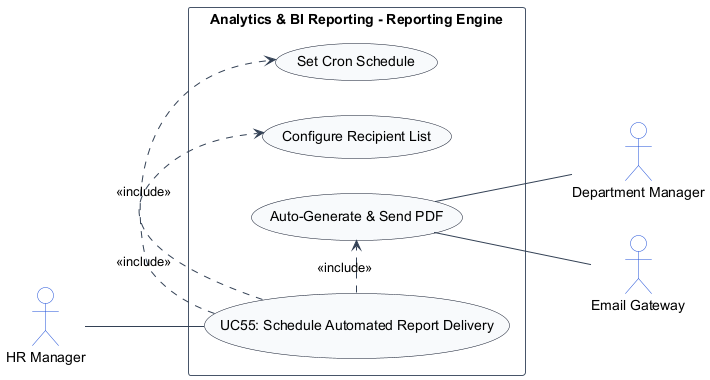
This is usecase_images/UC55.png from TamBui1706/HRPlatform, a PlantUML export, as it was before one commit. Source of this version:
```plantuml
@startuml
left to right direction
skinparam shadowing false
skinparam packageStyle rectangle
skinparam actorStyle stickman

skinparam ArrowColor #334155
skinparam ActorBorderColor #1d4ed8
skinparam ActorBackgroundColor #ffffff
skinparam UsecaseBorderColor #0f172a
skinparam UsecaseBackgroundColor #f8fafc
skinparam RectangleBorderColor #475569
skinparam RectangleBackgroundColor #ffffff

actor "HR Manager" as HRManager
actor "Department Manager" as DepartmentManager
actor "Email Gateway" as EmailGateway

rectangle "Analytics & BI Reporting - Reporting Engine" {
    usecase "UC55: Schedule Automated Report Delivery" as UC_Main
    usecase "Set Cron Schedule" as UC_SetCron
    usecase "Configure Recipient List" as UC_ConfRecip
    usecase "Auto-Generate & Send PDF" as UC_SendPDF

    HRManager -- UC_Main
    UC_Main .> UC_SetCron : <<include>>
    UC_Main .> UC_ConfRecip : <<include>>
    UC_Main .> UC_SendPDF : <<include>>
    UC_SendPDF -- DepartmentManager
    UC_SendPDF -- EmailGateway
}
@enduml
```
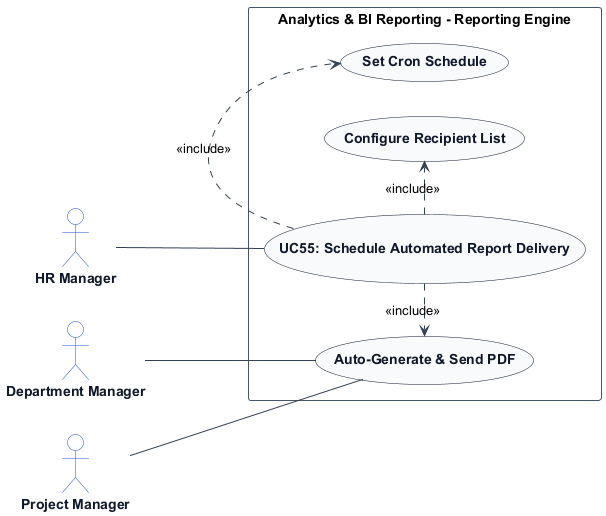
The same file after the commit.

Diff of the diagram source:
```diff
@@ -7,14 +7,20 @@
 skinparam ArrowColor #334155
 skinparam ActorBorderColor #1d4ed8
 skinparam ActorBackgroundColor #ffffff
+skinparam ActorFontColor #0f172a
+skinparam ActorFontStyle bold
+
 skinparam UsecaseBorderColor #0f172a
 skinparam UsecaseBackgroundColor #f8fafc
+skinparam UsecaseFontColor #0f172a
+skinparam UsecaseFontStyle bold
+
 skinparam RectangleBorderColor #475569
 skinparam RectangleBackgroundColor #ffffff
 
 actor "HR Manager" as HRManager
 actor "Department Manager" as DepartmentManager
-actor "Email Gateway" as EmailGateway
+actor "Project Manager" as ProjectManager
 
 rectangle "Analytics & BI Reporting - Reporting Engine" {
     usecase "UC55: Schedule Automated Report Delivery" as UC_Main
@@ -23,10 +29,10 @@
     usecase "Auto-Generate & Send PDF" as UC_SendPDF
 
     HRManager -- UC_Main
+    DepartmentManager -- UC_SendPDF
+    ProjectManager -- UC_SendPDF
     UC_Main .> UC_SetCron : <<include>>
     UC_Main .> UC_ConfRecip : <<include>>
     UC_Main .> UC_SendPDF : <<include>>
-    UC_SendPDF -- DepartmentManager
-    UC_SendPDF -- EmailGateway
 }
 @enduml
```
